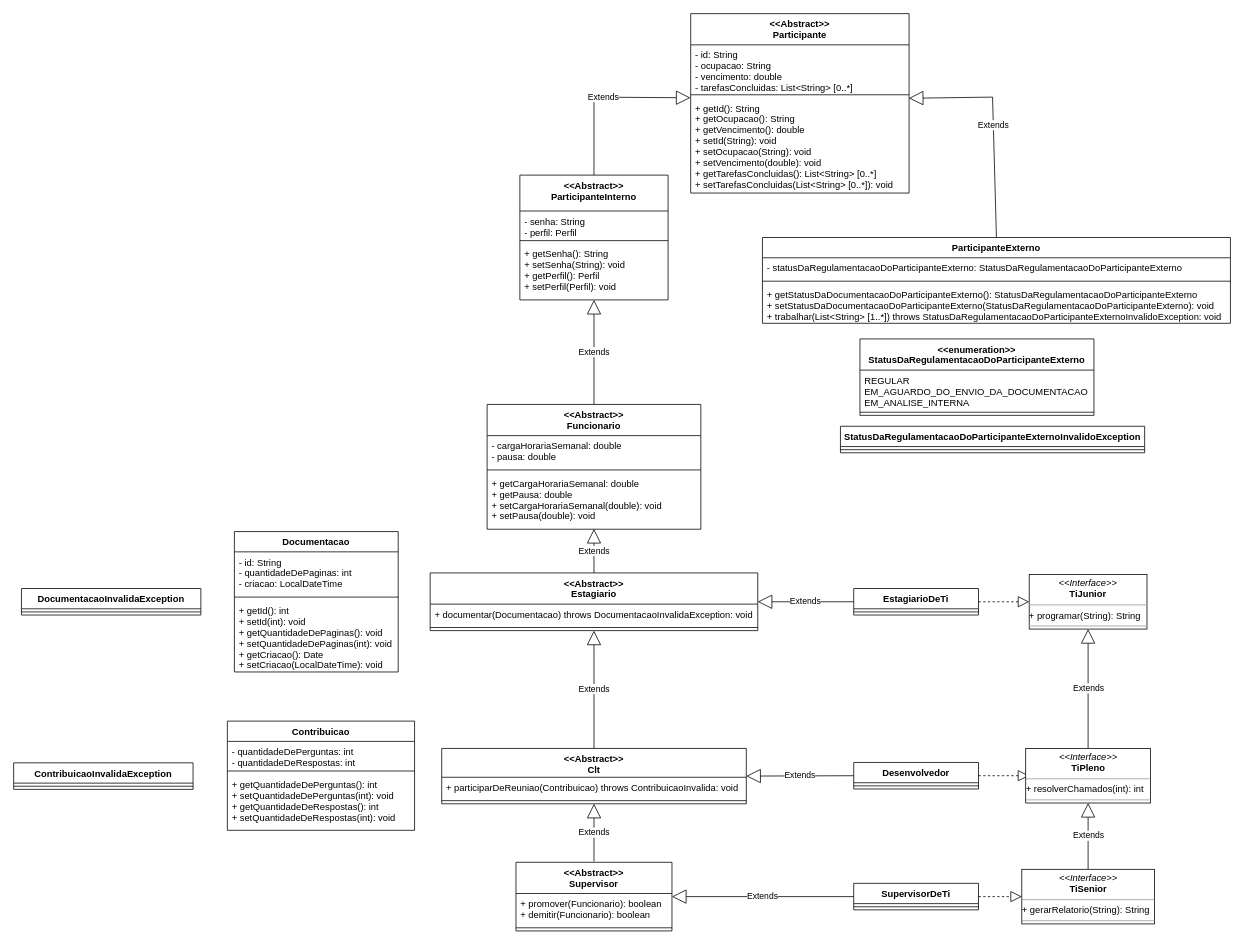
This is erp.drawio from andre-alck/erp, a draw.io file, before an edit. Source tidied: cells renumbered, new cells numbered last; positions are measured from the earlier drawing's top-left corner, leaving out a move shared by most shapes. Both pictures are drawn from the tidied source at 78%, with x=0, y=0 at pixel (13, 13).
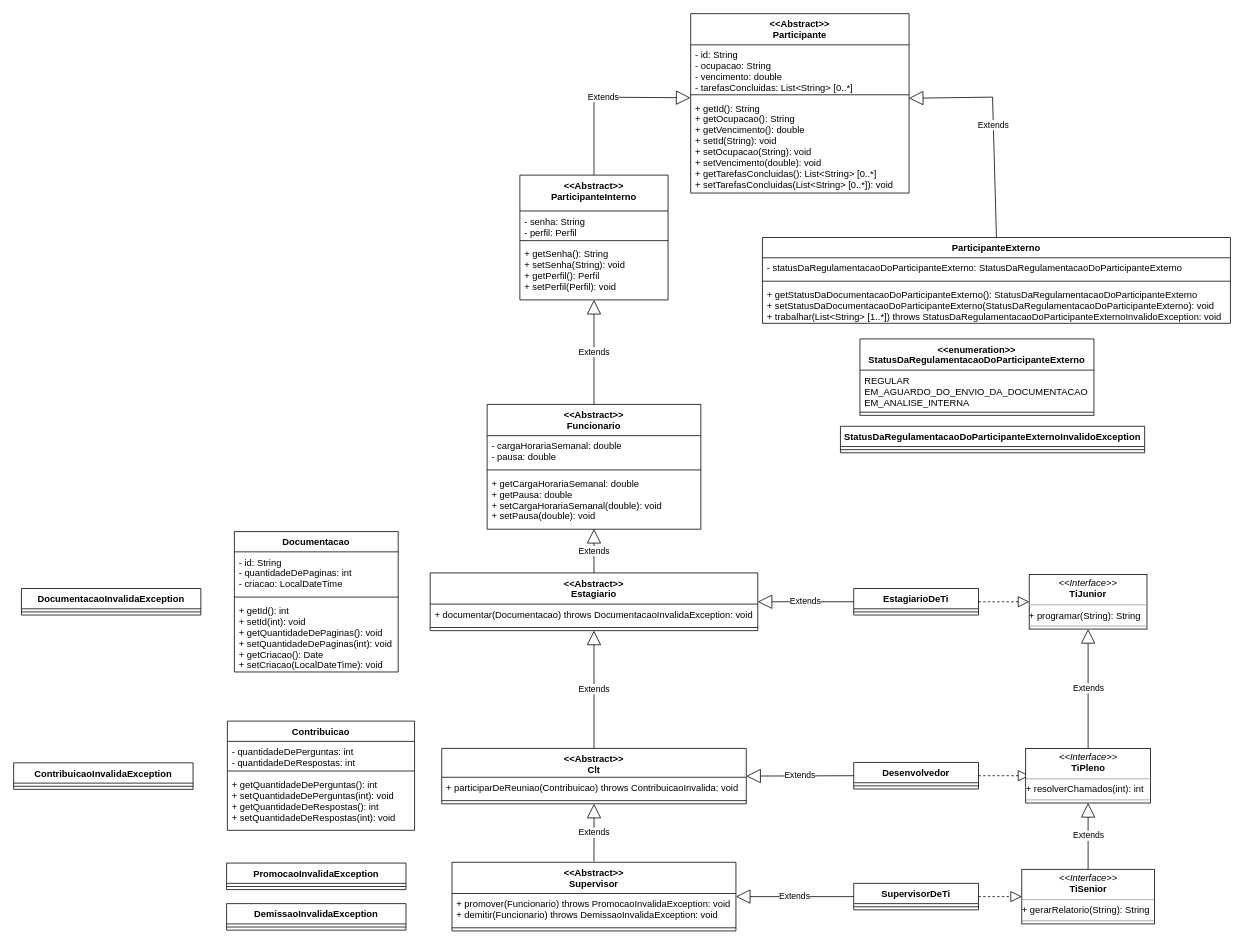
After the change.

The change refers to these unchanged cells:
```xml
<mxCell id="36" value="SupervisorDeTi" style="swimlane;fontStyle=1;align=center;verticalAlign=top;horizontal=1;startSize=26;" parent="1" vertex="1">
  <mxGeometry x="1077" y="1115" width="160" height="34" as="geometry" />
</mxCell>
```

Diff of the diagram source:
```diff
@@
-    <mxCell id="38" value="Extends" style="endArrow=block;endSize=16;endFill=0;html=1;rounded=0;exitX=0;exitY=0.5;exitDx=0;exitDy=0;entryX=1;entryY=0.5;entryDx=0;entryDy=0;" parent="1" edge="1" source="36">
-      <mxGeometry relative="1" as="geometry">
-        <mxPoint x="844" y="1132" as="targetPoint" />
-      </mxGeometry>
-    </mxCell>
@@
     <mxCell id="48" value="&lt;&lt;Abstract&gt;&gt;&#10;Supervisor" style="swimlane;fontStyle=1;align=center;verticalAlign=top;horizontal=1;startSize=40;" parent="1" vertex="1">
-      <mxGeometry x="644" y="1088" width="200" height="88" as="geometry" />
+      <mxGeometry x="562" y="1088" width="364" height="88" as="geometry" />
     </mxCell>
-    <mxCell id="49" value="+ promover(Funcionario): boolean&#10;+ demitir(Funcionario): boolean" style="text;strokeColor=none;fillColor=none;align=left;verticalAlign=top;spacingLeft=4;spacingRight=4;overflow=hidden;" parent="48" vertex="1">
-      <mxGeometry y="40" width="200" height="40" as="geometry" />
+    <mxCell id="49" value="+ promover(Funcionario) throws PromocaoInvalidaException: void&#10;+ demitir(Funcionario) throws DemissaoInvalidaException: void" style="text;strokeColor=none;fillColor=none;align=left;verticalAlign=top;spacingLeft=4;spacingRight=4;overflow=hidden;" parent="48" vertex="1">
+      <mxGeometry y="40" width="364" height="40" as="geometry" />
     </mxCell>
     <mxCell id="50" style="line;strokeWidth=1;fillColor=none;align=left;verticalAlign=middle;spacingTop=-1;spacingLeft=3;spacingRight=3;labelPosition=right;strokeColor=inherit;" parent="48" vertex="1">
-      <mxGeometry y="80" width="200" height="8" as="geometry" />
+      <mxGeometry y="80" width="364" height="8" as="geometry" />
     </mxCell>
@@
+    <mxCell id="68" value="PromocaoInvalidaException" style="swimlane;fontStyle=1;align=center;verticalAlign=top;horizontal=1;startSize=26;whiteSpace=wrap;html=1;" parent="1" vertex="1">
+      <mxGeometry x="273" y="1089" width="230" height="34" as="geometry" />
+    </mxCell>
+    <mxCell id="69" style="line;strokeWidth=1;fillColor=none;align=left;verticalAlign=middle;spacingTop=-1;spacingLeft=3;spacingRight=3;labelPosition=right;strokeColor=inherit;" parent="68" vertex="1">
+      <mxGeometry y="26" width="230" height="8" as="geometry" />
+    </mxCell>
+    <mxCell id="38" value="Extends" style="endArrow=block;endSize=16;endFill=0;html=1;rounded=0;exitX=0;exitY=0.5;exitDx=0;exitDy=0;entryX=1;entryY=0.5;entryDx=0;entryDy=0;" parent="1" edge="1" source="36" target="48">
+      <mxGeometry relative="1" as="geometry" />
+    </mxCell>
+    <mxCell id="70" value="DemissaoInvalidaException" style="swimlane;fontStyle=1;align=center;verticalAlign=top;horizontal=1;startSize=26;whiteSpace=wrap;html=1;" parent="1" vertex="1">
+      <mxGeometry x="273" y="1141" width="230" height="34" as="geometry" />
+    </mxCell>
+    <mxCell id="71" style="line;strokeWidth=1;fillColor=none;align=left;verticalAlign=middle;spacingTop=-1;spacingLeft=3;spacingRight=3;labelPosition=right;strokeColor=inherit;" parent="70" vertex="1">
+      <mxGeometry y="26" width="230" height="8" as="geometry" />
+    </mxCell>
```
